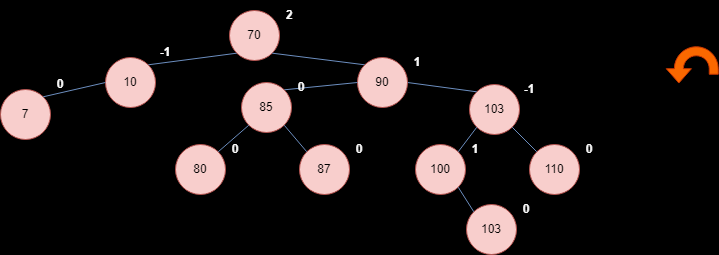
AnaTuPatrona/pepito keeps this draw.io diagram as arbolBin.png. Above is the earlier version. Source tidied: cells renumbered, new cells last; positions are measured from the earlier drawing's top-left corner, leaving out a move shared by most shapes.
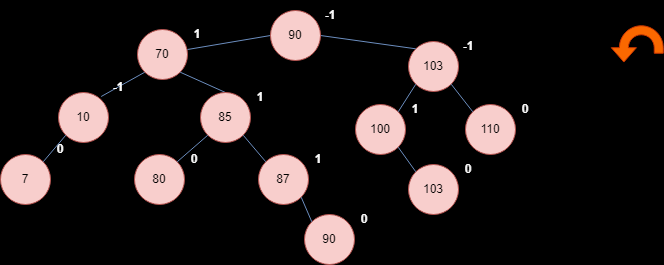
After the change.

Change to the diagram source:
```diff
@@ -2,7 +2,7 @@
   <root>
     <mxCell id="0" />
     <mxCell id="1" parent="0" />
-    <mxCell id="2" style="endArrow=none;html=1;rounded=0;fontFamily=Helvetica;fontSize=12;fontColor=default;entryX=1;entryY=0;entryDx=0;entryDy=0;fillColor=#dae8fc;strokeColor=#6c8ebf;exitX=0;exitY=1;exitDx=0;exitDy=0;" parent="1" edge="1" source="10" target="7">
+    <mxCell id="2" style="endArrow=none;html=1;rounded=0;fontFamily=Helvetica;fontSize=12;fontColor=default;entryX=0.854;entryY=0.08;entryDx=0;entryDy=0;fillColor=#dae8fc;strokeColor=#6c8ebf;exitX=0;exitY=1;exitDx=0;exitDy=0;entryPerimeter=0;" parent="1" edge="1" source="10" target="7">
       <mxGeometry relative="1" as="geometry" />
     </mxCell>
     <mxCell id="3" style="group;" parent="1" vertex="1">
@@ -15,7 +15,7 @@
       <mxGeometry x="50" width="20" height="30" as="geometry" />
     </mxCell>
     <mxCell id="6" style="group;" parent="1" vertex="1">
-      <mxGeometry x="105" y="37" width="70" height="70" as="geometry" />
+      <mxGeometry x="99" y="62" width="70" height="70" as="geometry" />
     </mxCell>
     <mxCell id="7" value="10" style="ellipse;whiteSpace=wrap;html=1;fillColor=#f8cecc;strokeColor=#b85450;" parent="6" vertex="1">
       <mxGeometry y="20" width="50" height="50" as="geometry" />
@@ -24,25 +24,25 @@
       <mxGeometry x="50" width="20" height="30" as="geometry" />
     </mxCell>
     <mxCell id="9" style="group;" parent="1" vertex="1">
-      <mxGeometry x="229" width="70" height="60" as="geometry" />
+      <mxGeometry x="178" y="9" width="70" height="60" as="geometry" />
     </mxCell>
     <mxCell id="10" value="70" style="ellipse;whiteSpace=wrap;html=1;fillColor=#f8cecc;strokeColor=#b85450;" parent="9" vertex="1">
       <mxGeometry y="10" width="50" height="50" as="geometry" />
     </mxCell>
-    <mxCell id="11" value="2" style="text;html=1;align=center;verticalAlign=middle;whiteSpace=wrap;rounded=0;fontFamily=Helvetica;fontSize=12;glass=0;shadow=0;dashed=1;dashPattern=8 8;fontStyle=1;fontColor=#FAFAFA;" parent="9" vertex="1">
+    <mxCell id="11" value="1" style="text;html=1;align=center;verticalAlign=middle;whiteSpace=wrap;rounded=0;fontFamily=Helvetica;fontSize=12;glass=0;shadow=0;dashed=1;dashPattern=8 8;fontStyle=1;fontColor=#FAFAFA;" parent="9" vertex="1">
       <mxGeometry x="50" width="20" height="30" as="geometry" />
     </mxCell>
-    <mxCell id="12" style="endArrow=none;html=1;rounded=0;fontFamily=Helvetica;fontSize=12;fontColor=default;exitX=1;exitY=1;exitDx=0;exitDy=0;fillColor=#dae8fc;strokeColor=#6c8ebf;entryX=0;entryY=0;entryDx=0;entryDy=0;" parent="1" edge="1" source="10" target="28">
+    <mxCell id="12" style="endArrow=none;html=1;rounded=0;fontFamily=Helvetica;fontSize=12;fontColor=default;exitX=0;exitY=1;exitDx=0;exitDy=0;fillColor=#dae8fc;strokeColor=#6c8ebf;entryX=0;entryY=0.5;entryDx=0;entryDy=0;" parent="1" edge="1" source="11" target="28">
       <mxGeometry relative="1" as="geometry" />
     </mxCell>
     <mxCell id="13" style="html=1;shadow=0;dashed=0;align=center;verticalAlign=middle;shape=mxgraph.arrows2.uTurnArrow;dy=4.5;arrowHead=25.23;dx2=14.37;strokeColor=#C73500;fontFamily=Helvetica;fontSize=12;fontColor=#000000;fillColor=#fa6800;rotation=90;flipH=0;flipV=1;" parent="1" vertex="1">
-      <mxGeometry x="678" y="34" width="27.5" height="52" as="geometry" />
+      <mxGeometry x="664" y="3" width="27.5" height="52" as="geometry" />
     </mxCell>
     <mxCell id="14" style="edgeStyle=orthogonalEdgeStyle;rounded=0;jettySize=auto;html=1;fontFamily=Helvetica;fontSize=12;fontColor=#FAFAFA;strokeColor=none;" parent="1" edge="1" source="8" target="10">
       <mxGeometry relative="1" as="geometry" />
     </mxCell>
     <mxCell id="15" style="group;" parent="1" vertex="1">
-      <mxGeometry x="469" y="74" width="70" height="60" as="geometry" />
+      <mxGeometry x="449" y="21" width="70" height="60" as="geometry" />
     </mxCell>
     <mxCell id="16" value="103" style="ellipse;whiteSpace=wrap;html=1;fillColor=#f8cecc;strokeColor=#b85450;" parent="15" vertex="1">
       <mxGeometry y="10" width="50" height="50" as="geometry" />
@@ -54,7 +54,7 @@
       <mxGeometry relative="1" as="geometry" />
     </mxCell>
     <mxCell id="19" style="group;" parent="1" vertex="1">
-      <mxGeometry x="529" y="134" width="70" height="60" as="geometry" />
+      <mxGeometry x="506" y="84" width="70" height="60" as="geometry" />
     </mxCell>
     <mxCell id="20" value="110" style="ellipse;whiteSpace=wrap;html=1;fillColor=#f8cecc;strokeColor=#b85450;" parent="19" vertex="1">
       <mxGeometry y="10" width="50" height="50" as="geometry" />
@@ -66,7 +66,7 @@
       <mxGeometry relative="1" as="geometry" />
     </mxCell>
     <mxCell id="23" style="group;" parent="1" vertex="1">
-      <mxGeometry y="69" width="70" height="70" as="geometry" />
+      <mxGeometry x="41" y="124" width="70" height="70" as="geometry" />
     </mxCell>
     <mxCell id="24" value="7" style="ellipse;whiteSpace=wrap;html=1;fillColor=#f8cecc;strokeColor=#b85450;" parent="23" vertex="1">
       <mxGeometry y="20" width="50" height="50" as="geometry" />
@@ -74,23 +74,23 @@
     <mxCell id="25" value="0" style="text;html=1;align=center;verticalAlign=middle;whiteSpace=wrap;rounded=0;fontFamily=Helvetica;fontSize=12;fontColor=#FFFFFF;glass=0;shadow=0;dashed=1;dashPattern=8 8;strokeColor=none;fontStyle=1;" parent="23" vertex="1">
       <mxGeometry x="50" width="20" height="30" as="geometry" />
     </mxCell>
-    <mxCell id="26" style="endArrow=none;html=1;rounded=0;fontFamily=Helvetica;fontSize=12;fontColor=default;entryX=1;entryY=0;entryDx=0;entryDy=0;fillColor=#dae8fc;strokeColor=#6c8ebf;exitX=0;exitY=0.5;exitDx=0;exitDy=0;" parent="1" edge="1" source="7" target="24">
+    <mxCell id="26" style="endArrow=none;html=1;rounded=0;fontFamily=Helvetica;fontSize=12;fontColor=default;entryX=1;entryY=0;entryDx=0;entryDy=0;fillColor=#dae8fc;strokeColor=#6c8ebf;exitX=0;exitY=1;exitDx=0;exitDy=0;" parent="1" edge="1" source="7" target="24">
       <mxGeometry relative="1" as="geometry" />
     </mxCell>
     <mxCell id="27" style="group;" parent="1" vertex="1">
-      <mxGeometry x="357" y="47" width="70" height="60" as="geometry" />
+      <mxGeometry x="311" y="-10" width="70" height="60" as="geometry" />
     </mxCell>
     <mxCell id="28" value="90" style="ellipse;whiteSpace=wrap;html=1;fillColor=#f8cecc;strokeColor=#b85450;" parent="27" vertex="1">
       <mxGeometry y="10" width="50" height="50" as="geometry" />
     </mxCell>
-    <mxCell id="29" value="1" style="text;html=1;align=center;verticalAlign=middle;whiteSpace=wrap;rounded=0;fontFamily=Helvetica;fontSize=12;glass=0;shadow=0;dashed=1;dashPattern=8 8;fontStyle=1;fontColor=#FAFAFA;" parent="27" vertex="1">
+    <mxCell id="29" value="-1" style="text;html=1;align=center;verticalAlign=middle;whiteSpace=wrap;rounded=0;fontFamily=Helvetica;fontSize=12;glass=0;shadow=0;dashed=1;dashPattern=8 8;fontStyle=1;fontColor=#FAFAFA;" parent="27" vertex="1">
       <mxGeometry x="50" width="20" height="30" as="geometry" />
     </mxCell>
-    <mxCell id="30" style="endArrow=none;html=1;rounded=0;fontFamily=Helvetica;fontSize=12;fontColor=default;fillColor=#dae8fc;strokeColor=#6c8ebf;entryX=0;entryY=0.5;entryDx=0;entryDy=0;exitX=1;exitY=0;exitDx=0;exitDy=0;" parent="1" edge="1" source="36" target="28">
+    <mxCell id="30" style="endArrow=none;html=1;rounded=0;fontFamily=Helvetica;fontSize=12;fontColor=default;fillColor=#dae8fc;strokeColor=#6c8ebf;exitX=0.5;exitY=0;exitDx=0;exitDy=0;entryX=1;entryY=1;entryDx=0;entryDy=0;" parent="1" edge="1" source="36" target="10">
       <mxGeometry relative="1" as="geometry" />
     </mxCell>
     <mxCell id="31" style="group;" parent="1" vertex="1">
-      <mxGeometry x="415" y="134" width="70" height="60" as="geometry" />
+      <mxGeometry x="396" y="84" width="70" height="60" as="geometry" />
     </mxCell>
     <mxCell id="32" value="100" style="ellipse;whiteSpace=wrap;html=1;fillColor=#f8cecc;strokeColor=#b85450;" parent="31" vertex="1">
       <mxGeometry y="10" width="50" height="50" as="geometry" />
@@ -107,7 +107,7 @@
     <mxCell id="36" value="85" style="ellipse;whiteSpace=wrap;html=1;fillColor=#f8cecc;strokeColor=#b85450;" parent="35" vertex="1">
       <mxGeometry y="10" width="50" height="50" as="geometry" />
     </mxCell>
-    <mxCell id="37" value="0" style="text;html=1;align=center;verticalAlign=middle;whiteSpace=wrap;rounded=0;fontFamily=Helvetica;fontSize=12;glass=0;shadow=0;dashed=1;dashPattern=8 8;fontStyle=1;fontColor=#FAFAFA;" parent="35" vertex="1">
+    <mxCell id="37" value="1" style="text;html=1;align=center;verticalAlign=middle;whiteSpace=wrap;rounded=0;fontFamily=Helvetica;fontSize=12;glass=0;shadow=0;dashed=1;dashPattern=8 8;fontStyle=1;fontColor=#FAFAFA;" parent="35" vertex="1">
       <mxGeometry x="50" width="20" height="30" as="geometry" />
     </mxCell>
     <mxCell id="38" style="endArrow=none;html=1;rounded=0;fontFamily=Helvetica;fontSize=12;fontColor=default;exitX=1;exitY=0;exitDx=0;exitDy=0;fillColor=#dae8fc;strokeColor=#6c8ebf;entryX=0;entryY=1;entryDx=0;entryDy=0;" parent="1" edge="1" source="4" target="36">
@@ -119,14 +119,14 @@
     <mxCell id="40" value="87" style="ellipse;whiteSpace=wrap;html=1;fillColor=#f8cecc;strokeColor=#b85450;" parent="39" vertex="1">
       <mxGeometry y="10" width="50" height="50" as="geometry" />
     </mxCell>
-    <mxCell id="41" value="0" style="text;html=1;align=center;verticalAlign=middle;whiteSpace=wrap;rounded=0;fontFamily=Helvetica;fontSize=12;glass=0;shadow=0;dashed=1;dashPattern=8 8;fontStyle=1;fontColor=#FAFAFA;" parent="39" vertex="1">
+    <mxCell id="41" value="1" style="text;html=1;align=center;verticalAlign=middle;whiteSpace=wrap;rounded=0;fontFamily=Helvetica;fontSize=12;glass=0;shadow=0;dashed=1;dashPattern=8 8;fontStyle=1;fontColor=#FAFAFA;" parent="39" vertex="1">
       <mxGeometry x="50" width="20" height="30" as="geometry" />
     </mxCell>
     <mxCell id="42" style="endArrow=none;html=1;rounded=0;fontFamily=Helvetica;fontSize=12;fontColor=default;exitX=1;exitY=1;exitDx=0;exitDy=0;fillColor=#dae8fc;strokeColor=#6c8ebf;entryX=0;entryY=0;entryDx=0;entryDy=0;" parent="1" edge="1" source="36" target="40">
       <mxGeometry relative="1" as="geometry" />
     </mxCell>
     <mxCell id="43" style="group;" parent="1" vertex="1">
-      <mxGeometry x="466" y="194" width="70" height="60" as="geometry" />
+      <mxGeometry x="449" y="144" width="70" height="60" as="geometry" />
     </mxCell>
     <mxCell id="44" value="103" style="ellipse;whiteSpace=wrap;html=1;fillColor=#f8cecc;strokeColor=#b85450;" parent="43" vertex="1">
       <mxGeometry y="10" width="50" height="50" as="geometry" />
@@ -137,5 +137,17 @@
     <mxCell id="46" style="endArrow=none;html=1;rounded=0;fontFamily=Helvetica;fontSize=12;fontColor=default;fillColor=#dae8fc;strokeColor=#6c8ebf;entryX=0;entryY=0;entryDx=0;entryDy=0;exitX=1;exitY=1;exitDx=0;exitDy=0;" parent="1" edge="1" source="32" target="44">
       <mxGeometry relative="1" as="geometry" />
     </mxCell>
+    <mxCell id="47" style="group;" parent="1" vertex="1">
+      <mxGeometry x="345" y="194" width="70" height="60" as="geometry" />
+    </mxCell>
+    <mxCell id="48" value="90" style="ellipse;whiteSpace=wrap;html=1;fillColor=#f8cecc;strokeColor=#b85450;" parent="47" vertex="1">
+      <mxGeometry y="10" width="50" height="50" as="geometry" />
+    </mxCell>
+    <mxCell id="49" value="0" style="text;html=1;align=center;verticalAlign=middle;whiteSpace=wrap;rounded=0;fontFamily=Helvetica;fontSize=12;glass=0;shadow=0;dashed=1;dashPattern=8 8;fontStyle=1;fontColor=#FAFAFA;" parent="47" vertex="1">
+      <mxGeometry x="50" width="20" height="30" as="geometry" />
+    </mxCell>
+    <mxCell id="50" style="endArrow=none;html=1;rounded=0;fontFamily=Helvetica;fontSize=12;fontColor=default;exitX=1;exitY=1;exitDx=0;exitDy=0;fillColor=#dae8fc;strokeColor=#6c8ebf;entryX=0;entryY=0;entryDx=0;entryDy=0;" parent="1" edge="1" source="40" target="48">
+      <mxGeometry relative="1" as="geometry" />
+    </mxCell>
   </root>
 </mxGraphModel>
```
